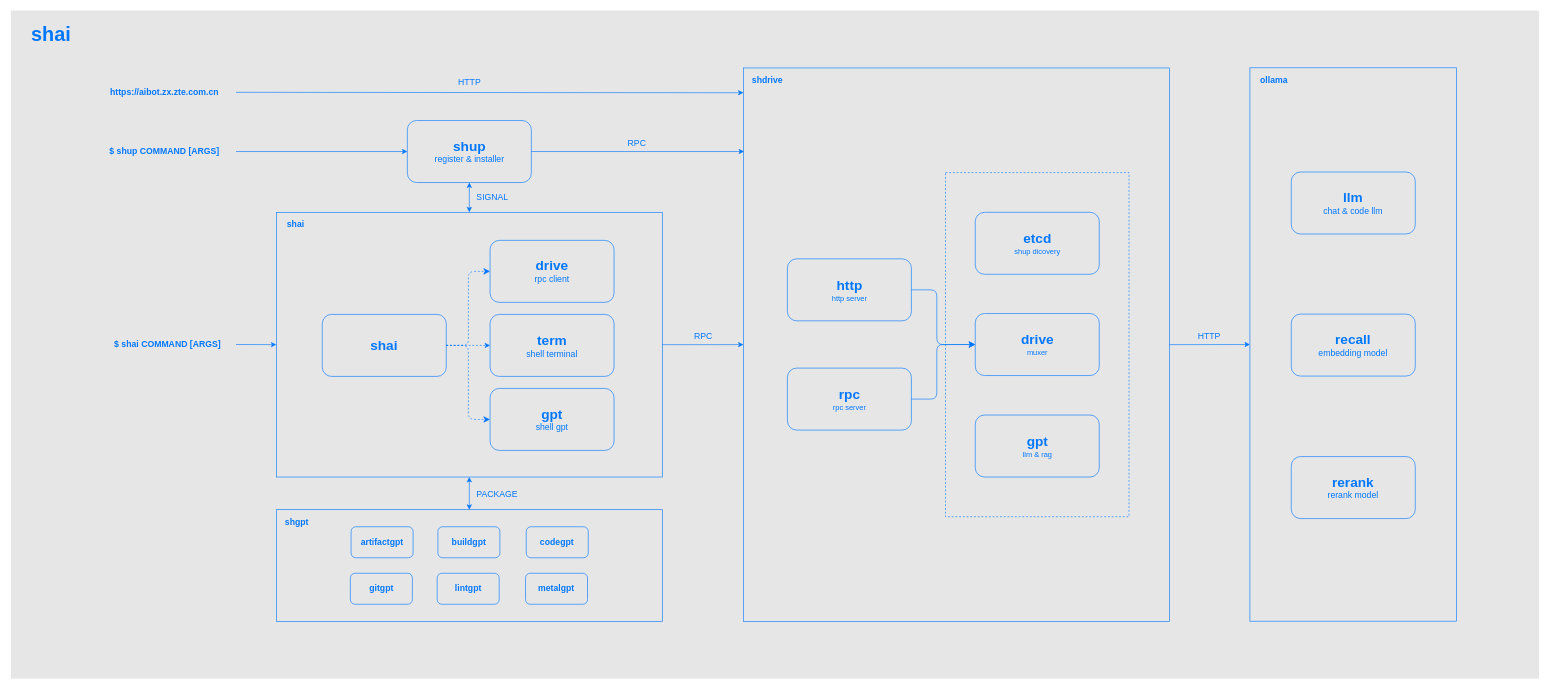
This is arch.drawio from ai-flowx/.github, a draw.io file, before an edit. Source tidied: cells renumbered, new cells numbered last; positions are measured from the earlier drawing's top-left corner, leaving out a move shared by most shapes. Both pictures are drawn from the tidied source at 62%, with x=0, y=0 at pixel (11, 10).
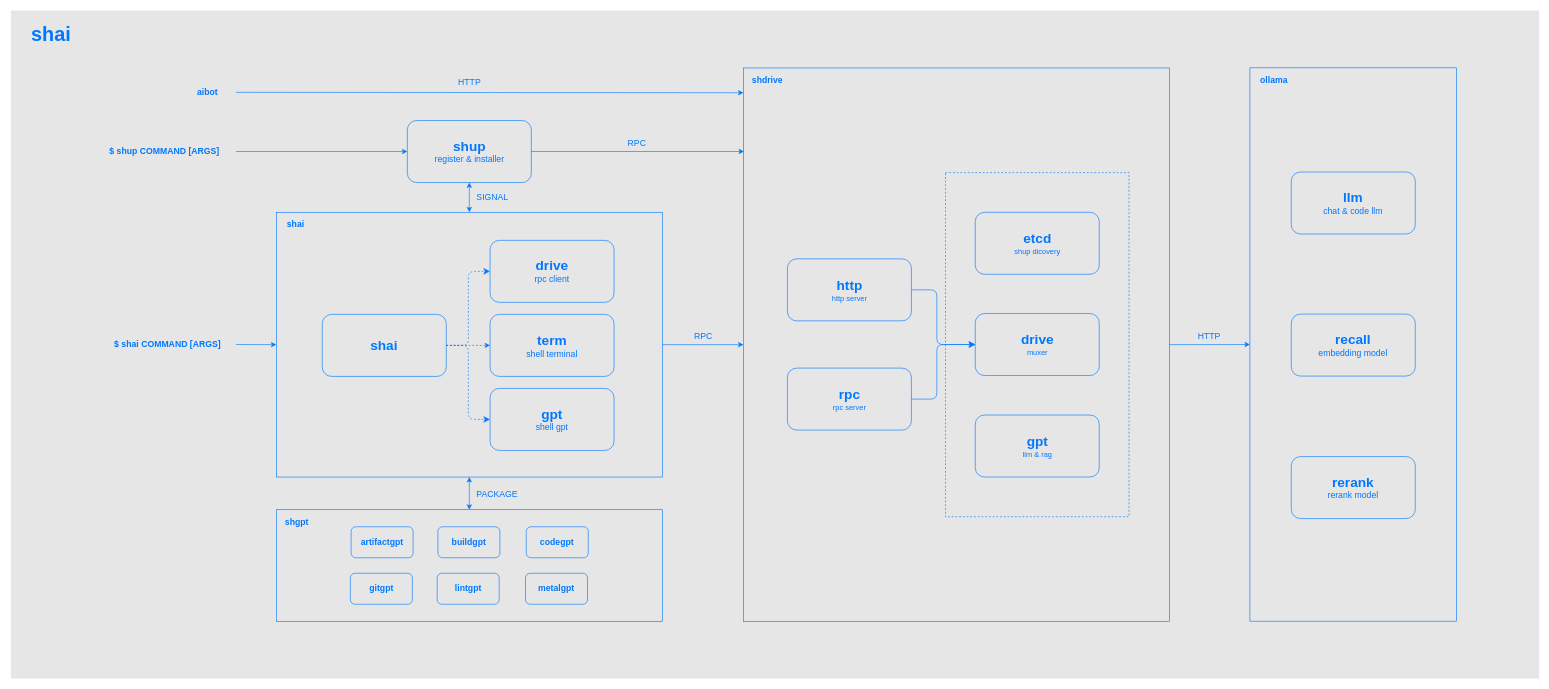
After the change.

Commit message (it also covers changes not shown here):
docs(profile): update arch files

The edit, as a diff of the source:
```diff
@@
-    <mxCell id="48" value="https://aibot.zx.zte.com.cn" style="text;html=1;strokeColor=none;fillColor=none;align=center;verticalAlign=middle;whiteSpace=wrap;rounded=0;fontStyle=1;dashed=1;fontColor=#0077FF;fontSize=14;" parent="1" vertex="1">
-      <mxGeometry x="133.2" y="109.9" width="230" height="45" as="geometry" />
+    <mxCell id="48" value="aibot" style="text;html=1;strokeColor=none;fillColor=none;align=center;verticalAlign=middle;whiteSpace=wrap;rounded=0;fontStyle=1;dashed=1;fontColor=#0077FF;fontSize=14;" parent="1" vertex="1">
+      <mxGeometry x="272" y="109.9" width="91.2" height="45" as="geometry" />
     </mxCell>
```
